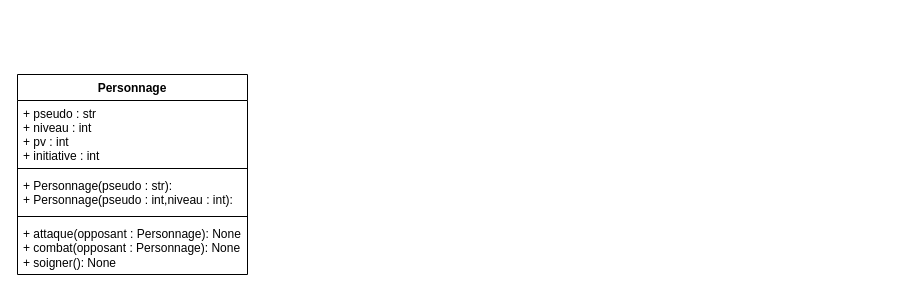
Above: TP2/Diagramme sans nom.drawio in MaziniiX/R308 (draw.io), before the change. Source tidied: cells renumbered, new cells numbered last; positions are measured from the earlier drawing's top-left corner, leaving out a move shared by most shapes. Both pictures are drawn from the tidied source at 100%, with x=0, y=0 at pixel (17, 74).
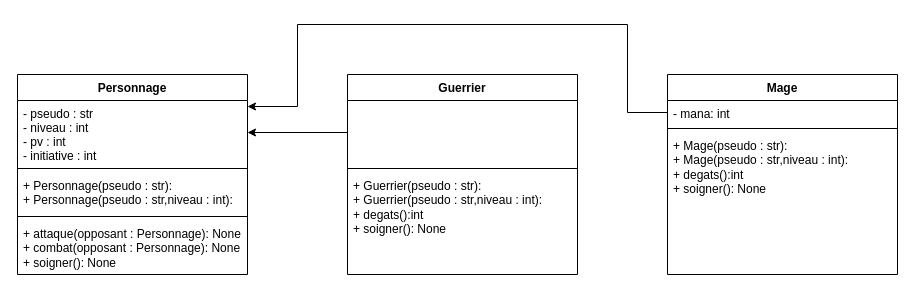
Above is the later version.

The change refers to these unchanged cells:
```xml
<mxCell id="2" value="Personnage" style="swimlane;fontStyle=1;align=center;verticalAlign=top;horizontal=1;startSize=26;rounded=0;shadow=0;strokeWidth=1;" parent="1" vertex="1">
  <mxGeometry width="230" height="200" as="geometry" />
</mxCell>
```

Diff of the diagram source:
```diff
@@
-    <mxCell id="3" value="+ pseudo : str&#10;+ niveau : int&#10;+ pv : int&#10;+ initiative : int" style="text;align=left;verticalAlign=top;spacingLeft=4;spacingRight=4;overflow=hidden;points=[[0,0.5],[1,0.5]];portConstraint=eastwest;" parent="2" vertex="1">
+    <mxCell id="3" value="- pseudo : str&#10;- niveau : int&#10;- pv : int&#10;- initiative : int" style="text;align=left;verticalAlign=top;spacingLeft=4;spacingRight=4;overflow=hidden;points=[[0,0.5],[1,0.5]];portConstraint=eastwest;" parent="2" vertex="1">
       <mxGeometry y="26" width="230" height="64" as="geometry" />
     </mxCell>
@@
-    <mxCell id="5" value="+ Personnage(pseudo : str):&lt;br&gt;+ Personnage(pseudo : int,niveau : int):" style="text;strokeColor=none;fillColor=none;align=left;verticalAlign=top;spacingLeft=4;spacingRight=4;overflow=hidden;whiteSpace=wrap;html=1;" parent="2" vertex="1">
+    <mxCell id="5" value="+ Personnage(pseudo : str):&lt;br&gt;+ Personnage(pseudo : str,niveau : int):" style="text;strokeColor=none;fillColor=none;align=left;verticalAlign=top;spacingLeft=4;spacingRight=4;overflow=hidden;whiteSpace=wrap;html=1;" parent="2" vertex="1">
       <mxGeometry y="98" width="230" height="40" as="geometry" />
     </mxCell>
@@
+    <mxCell id="8" value="Guerrier" style="swimlane;fontStyle=1;align=center;verticalAlign=top;horizontal=1;startSize=26;rounded=0;shadow=0;strokeWidth=1;" parent="1" vertex="1">
+      <mxGeometry x="330" width="230" height="200" as="geometry" />
+    </mxCell>
+    <mxCell id="9" value=" " style="text;align=left;verticalAlign=top;spacingLeft=4;spacingRight=4;overflow=hidden;points=[[0,0.5],[1,0.5]];portConstraint=eastwest;" parent="8" vertex="1">
+      <mxGeometry y="26" width="230" height="64" as="geometry" />
+    </mxCell>
+    <mxCell id="10" style="line;strokeWidth=1;fillColor=none;align=left;verticalAlign=middle;spacingTop=-1;spacingLeft=3;spacingRight=3;labelPosition=right;strokeColor=inherit;" parent="8" vertex="1">
+      <mxGeometry y="90" width="230" height="8" as="geometry" />
+    </mxCell>
+    <mxCell id="11" value="+ Guerrier(pseudo : str):&lt;br&gt;+ Guerrier(pseudo : str,niveau : int):&lt;br&gt;+ degats():int&lt;br style=&quot;border-color: var(--border-color);&quot;&gt;+ soigner(): None" style="text;strokeColor=none;fillColor=none;align=left;verticalAlign=top;spacingLeft=4;spacingRight=4;overflow=hidden;whiteSpace=wrap;html=1;" parent="8" vertex="1">
+      <mxGeometry y="98" width="230" height="72" as="geometry" />
+    </mxCell>
+    <mxCell id="12" style="edgeStyle=orthogonalEdgeStyle;rounded=0;jettySize=auto;html=1;entryX=1;entryY=0.5;entryDx=0;entryDy=0;" parent="1" edge="1" source="9" target="3">
+      <mxGeometry relative="1" as="geometry" />
+    </mxCell>
+    <mxCell id="13" value="Mage" style="swimlane;fontStyle=1;align=center;verticalAlign=top;horizontal=1;startSize=26;rounded=0;shadow=0;strokeWidth=1;" parent="1" vertex="1">
+      <mxGeometry x="650" width="230" height="200" as="geometry" />
+    </mxCell>
+    <mxCell id="14" value="- mana: int" style="text;align=left;verticalAlign=top;spacingLeft=4;spacingRight=4;overflow=hidden;points=[[0,0.5],[1,0.5]];portConstraint=eastwest;" parent="13" vertex="1">
+      <mxGeometry y="26" width="230" height="24" as="geometry" />
+    </mxCell>
+    <mxCell id="15" style="line;strokeWidth=1;fillColor=none;align=left;verticalAlign=middle;spacingTop=-1;spacingLeft=3;spacingRight=3;labelPosition=right;strokeColor=inherit;" parent="13" vertex="1">
+      <mxGeometry y="50" width="230" height="8" as="geometry" />
+    </mxCell>
+    <mxCell id="16" value="+ Mage(pseudo : str):&lt;br&gt;+ Mage(pseudo : str,niveau : int):&lt;br&gt;+ degats():int&lt;br style=&quot;border-color: var(--border-color);&quot;&gt;+ soigner(): None" style="text;strokeColor=none;fillColor=none;align=left;verticalAlign=top;spacingLeft=4;spacingRight=4;overflow=hidden;whiteSpace=wrap;html=1;" parent="13" vertex="1">
+      <mxGeometry y="58" width="230" height="72" as="geometry" />
+    </mxCell>
+    <mxCell id="17" style="edgeStyle=orthogonalEdgeStyle;rounded=0;jettySize=auto;html=1;exitX=0;exitY=0.5;exitDx=0;exitDy=0;" parent="1" edge="1" source="14" target="3">
+      <mxGeometry relative="1" as="geometry">
+        <Array as="points">
+          <mxPoint x="610" y="38" />
+          <mxPoint x="610" y="-50" />
+          <mxPoint x="280" y="-50" />
+          <mxPoint x="280" y="32" />
+        </Array>
+      </mxGeometry>
+    </mxCell>
```
